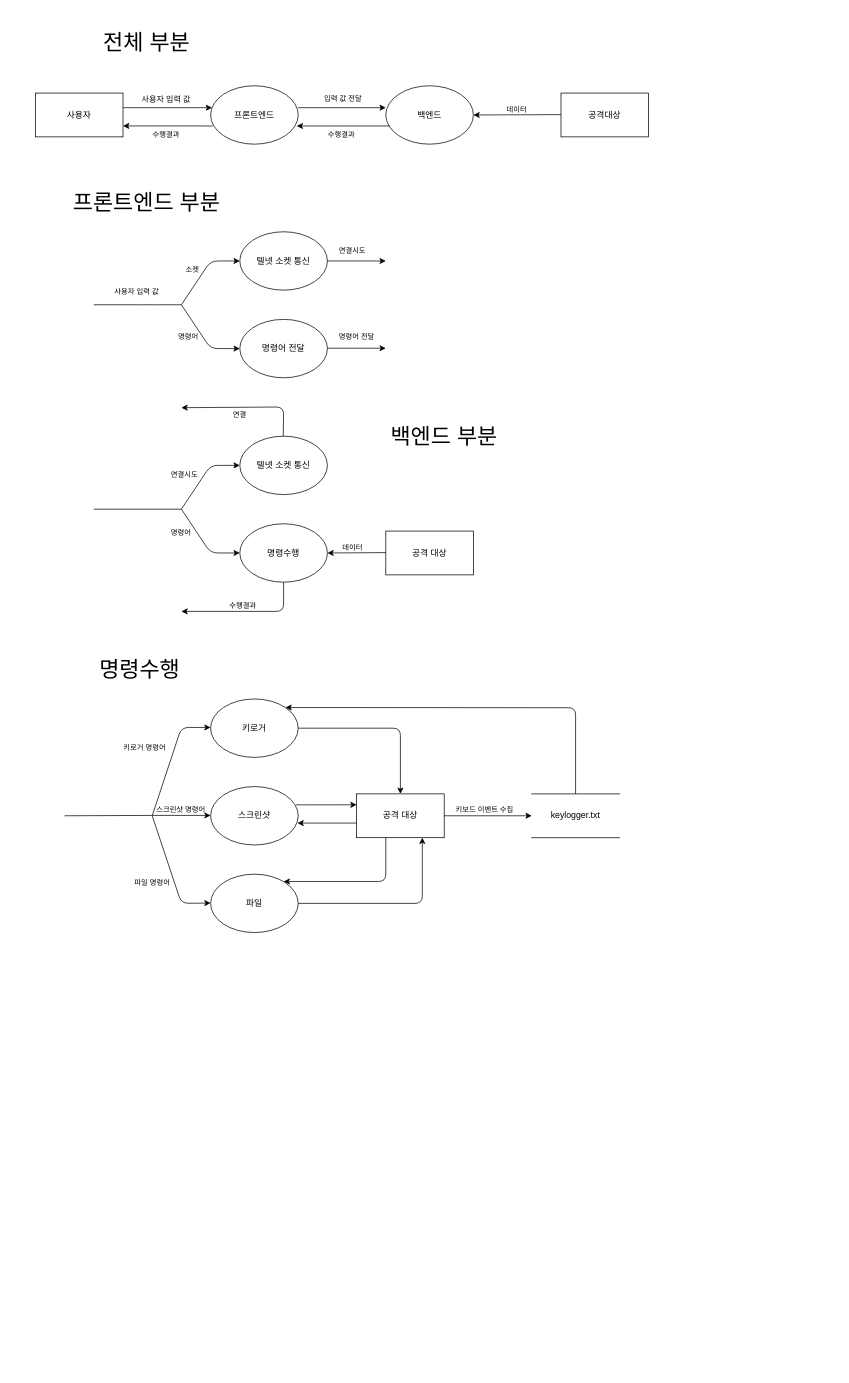
dks1013/C keeps this draw.io diagram as Untitled Diagram.drawio. Above is the earlier version. Source tidied: cells renumbered, new cells numbered last; positions are measured from the earlier drawing's top-left corner, leaving out a move shared by most shapes. Both pictures are drawn from the tidied source at 73%, with x=0, y=0 at pixel (12, 12).
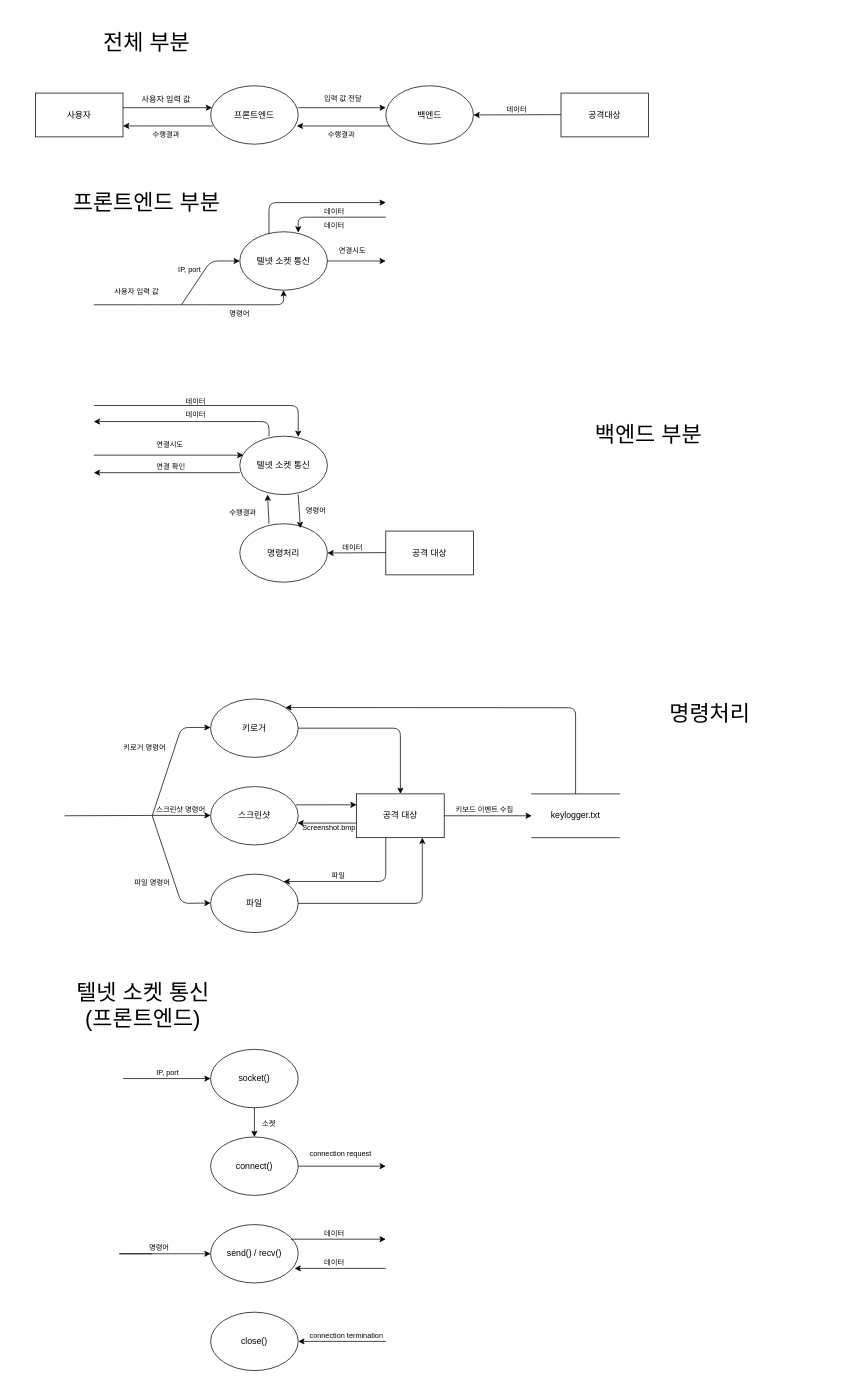
After the change.

Unchanged cells that the change refers to:
```xml
<mxCell id="16" value="&lt;font style=&quot;font-size: 12px&quot;&gt;텔넷 소켓 통신&lt;/font&gt;" style="ellipse;whiteSpace=wrap;html=1;fontSize=10;" parent="1" vertex="1">
  <mxGeometry x="311" y="300" width="120" height="80" as="geometry" />
</mxCell>
<mxCell id="31" value="&lt;span style=&quot;font-size: 12px&quot;&gt;텔넷 소켓 통신&lt;/span&gt;" style="ellipse;whiteSpace=wrap;html=1;fontSize=10;" parent="1" vertex="1">
  <mxGeometry x="311" y="580" width="120" height="80" as="geometry" />
</mxCell>
```

Change to the diagram source:
```diff
@@
-    <mxCell id="17" value="&lt;font style=&quot;font-size: 12px&quot;&gt;명령어 전달&lt;/font&gt;" style="ellipse;whiteSpace=wrap;html=1;fontSize=10;" parent="1" vertex="1">
-      <mxGeometry x="311" y="420" width="120" height="80" as="geometry" />
-    </mxCell>
@@
-    <mxCell id="19" style="endArrow=classic;html=1;fontSize=10;entryX=0;entryY=0.5;entryDx=0;entryDy=0;" parent="1" edge="1" target="17">
+    <mxCell id="19" style="endArrow=classic;html=1;fontSize=10;entryX=0.5;entryY=1;entryDx=0;entryDy=0;" parent="1" edge="1" target="16">
       <mxGeometry relative="1" as="geometry">
         <mxPoint x="231" y="400" as="sourcePoint" />
         <Array as="points">
-          <mxPoint x="271" y="460" />
+          <mxPoint x="271" y="400" />
+          <mxPoint x="371" y="400" />
         </Array>
       </mxGeometry>
     </mxCell>
@@
-    <mxCell id="22" value="소켓" style="text;strokeColor=none;fillColor=none;align=left;verticalAlign=top;spacingLeft=4;spacingRight=4;overflow=hidden;fontSize=10;" parent="1" vertex="1">
-      <mxGeometry x="231" y="340" width="60" height="26" as="geometry" />
+    <mxCell id="22" value="IP, port" style="text;strokeColor=none;fillColor=none;align=left;verticalAlign=top;spacingLeft=4;spacingRight=4;overflow=hidden;fontSize=10;" parent="1" vertex="1">
+      <mxGeometry x="221" y="340" width="60" height="26" as="geometry" />
     </mxCell>
     <mxCell id="23" value="명령어" style="text;strokeColor=none;fillColor=none;align=left;verticalAlign=top;spacingLeft=4;spacingRight=4;overflow=hidden;fontSize=10;" parent="1" vertex="1">
-      <mxGeometry x="221" y="432" width="60" height="26" as="geometry" />
+      <mxGeometry x="291" y="400" width="60" height="26" as="geometry" />
     </mxCell>
@@
-    <mxCell id="25" style="endArrow=classic;html=1;fontSize=10;" parent="1" edge="1">
-      <mxGeometry relative="1" as="geometry">
-        <mxPoint x="431" y="459.5" as="sourcePoint" />
-        <mxPoint x="511" y="459.5" as="targetPoint" />
-      </mxGeometry>
-    </mxCell>
@@
-    <mxCell id="27" value="명령어 전달" style="text;strokeColor=none;fillColor=none;align=left;verticalAlign=top;spacingLeft=4;spacingRight=4;overflow=hidden;fontSize=10;" parent="1" vertex="1">
-      <mxGeometry x="441" y="432" width="70" height="26" as="geometry" />
-    </mxCell>
@@
     <mxCell id="30" value="&lt;span style=&quot;font-size: 30px&quot;&gt;백엔드 부분&lt;/span&gt;" style="text;html=1;strokeColor=none;fillColor=none;align=center;verticalAlign=middle;whiteSpace=wrap;rounded=0;fontSize=10;" parent="1" vertex="1">
-      <mxGeometry x="471" y="540" width="240" height="80" as="geometry" />
+      <mxGeometry x="751" y="538" width="240" height="80" as="geometry" />
     </mxCell>
@@
-    <mxCell id="32" value="&lt;font style=&quot;font-size: 12px&quot;&gt;명령수행&lt;/font&gt;" style="ellipse;whiteSpace=wrap;html=1;fontSize=10;" parent="1" vertex="1">
+    <mxCell id="32" value="&lt;font style=&quot;font-size: 12px&quot;&gt;명령처리&lt;/font&gt;" style="ellipse;whiteSpace=wrap;html=1;fontSize=10;" parent="1" vertex="1">
       <mxGeometry x="311" y="700" width="120" height="80" as="geometry" />
     </mxCell>
-    <mxCell id="33" style="endArrow=classic;html=1;fontSize=10;" parent="1" edge="1">
-      <mxGeometry relative="1" as="geometry">
-        <mxPoint x="231" y="680" as="sourcePoint" />
-        <mxPoint x="311" y="620" as="targetPoint" />
-        <Array as="points">
-          <mxPoint x="271" y="620" />
-        </Array>
-      </mxGeometry>
-    </mxCell>
-    <mxCell id="34" style="endArrow=classic;html=1;fontSize=10;" parent="1" edge="1">
-      <mxGeometry relative="1" as="geometry">
-        <mxPoint x="231" y="680" as="sourcePoint" />
-        <mxPoint x="311" y="740" as="targetPoint" />
-        <Array as="points">
-          <mxPoint x="271" y="740" />
-        </Array>
-      </mxGeometry>
-    </mxCell>
-    <mxCell id="35" style="endArrow=none;html=1;fontSize=10;" parent="1" edge="1">
-      <mxGeometry relative="1" as="geometry">
-        <mxPoint x="111" y="680" as="sourcePoint" />
-        <mxPoint x="231" y="680" as="targetPoint" />
-      </mxGeometry>
-    </mxCell>
     <mxCell id="36" value="연결시도" style="text;strokeColor=none;fillColor=none;align=left;verticalAlign=top;spacingLeft=4;spacingRight=4;overflow=hidden;fontSize=10;" parent="1" vertex="1">
-      <mxGeometry x="211" y="620" width="60" height="26" as="geometry" />
+      <mxGeometry x="191" y="580" width="60" height="26" as="geometry" />
     </mxCell>
     <mxCell id="37" value="명령어" style="text;strokeColor=none;fillColor=none;align=left;verticalAlign=top;spacingLeft=4;spacingRight=4;overflow=hidden;fontSize=10;" parent="1" vertex="1">
-      <mxGeometry x="211" y="700" width="60" height="26" as="geometry" />
+      <mxGeometry x="396" y="670" width="60" height="30" as="geometry" />
     </mxCell>
-    <mxCell id="38" style="endArrow=classic;html=1;fontSize=10;" parent="1" edge="1">
-      <mxGeometry relative="1" as="geometry">
-        <mxPoint x="370.5" y="580" as="sourcePoint" />
-        <mxPoint x="231" y="541" as="targetPoint" />
-        <Array as="points">
-          <mxPoint x="371" y="540" />
-        </Array>
-      </mxGeometry>
-    </mxCell>
-    <mxCell id="39" style="endArrow=classic;html=1;fontSize=10;" parent="1" edge="1">
-      <mxGeometry relative="1" as="geometry">
-        <mxPoint x="371" y="780" as="sourcePoint" />
-        <mxPoint x="231" y="820" as="targetPoint" />
-        <Array as="points">
-          <mxPoint x="371" y="820" />
-        </Array>
-      </mxGeometry>
-    </mxCell>
-    <mxCell id="40" value="연결" style="text;strokeColor=none;fillColor=none;align=left;verticalAlign=top;spacingLeft=4;spacingRight=4;overflow=hidden;fontSize=10;" parent="1" vertex="1">
-      <mxGeometry x="296" y="538" width="60" height="26" as="geometry" />
+    <mxCell id="40" value="연결 확인" style="text;strokeColor=none;fillColor=none;align=left;verticalAlign=top;spacingLeft=4;spacingRight=4;overflow=hidden;fontSize=10;" parent="1" vertex="1">
+      <mxGeometry x="191" y="610" width="60" height="26" as="geometry" />
     </mxCell>
     <mxCell id="41" value="수행결과" style="text;strokeColor=none;fillColor=none;align=left;verticalAlign=top;spacingLeft=4;spacingRight=4;overflow=hidden;fontSize=10;" parent="1" vertex="1">
-      <mxGeometry x="291" y="800" width="60" height="26" as="geometry" />
+      <mxGeometry x="291" y="672" width="60" height="26" as="geometry" />
     </mxCell>
@@
-    <mxCell id="45" value="&lt;span style=&quot;font-size: 30px&quot;&gt;명령수행&lt;/span&gt;" style="text;html=1;strokeColor=none;fillColor=none;align=center;verticalAlign=middle;whiteSpace=wrap;rounded=0;fontSize=10;" parent="1" vertex="1">
-      <mxGeometry x="-0.2" y="850" width="347.5" height="100" as="geometry" />
+    <mxCell id="45" value="&lt;span style=&quot;font-size: 30px&quot;&gt;명령처리&lt;/span&gt;" style="text;html=1;strokeColor=none;fillColor=none;align=center;verticalAlign=middle;whiteSpace=wrap;rounded=0;fontSize=10;" parent="1" vertex="1">
+      <mxGeometry x="781" y="910" width="347.5" height="100" as="geometry" />
     </mxCell>
@@
+    <mxCell id="66" value="Screenshot.bmp" style="text;strokeColor=none;fillColor=none;align=left;verticalAlign=top;spacingLeft=4;spacingRight=4;overflow=hidden;fontSize=10;" parent="1" vertex="1">
+      <mxGeometry x="391" y="1104" width="90" height="26" as="geometry" />
+    </mxCell>
+    <mxCell id="67" value="파일" style="text;strokeColor=none;fillColor=none;align=left;verticalAlign=top;spacingLeft=4;spacingRight=4;overflow=hidden;fontSize=10;" parent="1" vertex="1">
+      <mxGeometry x="431" y="1170" width="60" height="26" as="geometry" />
+    </mxCell>
+    <mxCell id="68" value="&lt;font style=&quot;font-size: 30px&quot;&gt;텔넷 소켓 통신&lt;br&gt;(프론트엔드)&lt;br&gt;&lt;/font&gt;" style="text;html=1;strokeColor=none;fillColor=none;align=center;verticalAlign=middle;whiteSpace=wrap;rounded=0;fontSize=10;" parent="1" vertex="1">
+      <mxGeometry x="31" y="1300" width="295" height="120" as="geometry" />
+    </mxCell>
+    <mxCell id="69" value="&lt;font style=&quot;font-size: 12px&quot;&gt;socket()&lt;/font&gt;" style="ellipse;whiteSpace=wrap;html=1;fontSize=10;strokeColor=#000000;" parent="1" vertex="1">
+      <mxGeometry x="271" y="1420" width="120" height="80" as="geometry" />
+    </mxCell>
+    <mxCell id="70" value="&lt;font style=&quot;font-size: 12px&quot;&gt;connect()&lt;/font&gt;" style="ellipse;whiteSpace=wrap;html=1;fontSize=10;strokeColor=#000000;" parent="1" vertex="1">
+      <mxGeometry x="271" y="1540" width="120" height="80" as="geometry" />
+    </mxCell>
+    <mxCell id="71" value="&lt;font style=&quot;font-size: 12px&quot;&gt;send() / recv()&lt;/font&gt;" style="ellipse;whiteSpace=wrap;html=1;fontSize=10;strokeColor=#000000;" parent="1" vertex="1">
+      <mxGeometry x="271" y="1660" width="120" height="80" as="geometry" />
+    </mxCell>
+    <mxCell id="72" value="&lt;font style=&quot;font-size: 12px&quot;&gt;close()&lt;/font&gt;" style="ellipse;whiteSpace=wrap;html=1;fontSize=10;strokeColor=#000000;" parent="1" vertex="1">
+      <mxGeometry x="271" y="1780" width="120" height="80" as="geometry" />
+    </mxCell>
+    <mxCell id="73" style="endArrow=classic;html=1;fontSize=10;" parent="1" edge="1">
+      <mxGeometry relative="1" as="geometry">
+        <mxPoint x="151" y="1460" as="sourcePoint" />
+        <mxPoint x="271" y="1460" as="targetPoint" />
+      </mxGeometry>
+    </mxCell>
+    <mxCell id="74" value="IP, port" style="text;strokeColor=none;fillColor=none;align=left;verticalAlign=top;spacingLeft=4;spacingRight=4;overflow=hidden;fontSize=10;" parent="1" vertex="1">
+      <mxGeometry x="191" y="1440" width="60" height="26" as="geometry" />
+    </mxCell>
+    <mxCell id="75" style="endArrow=classic;html=1;fontSize=10;entryX=0.5;entryY=0;entryDx=0;entryDy=0;" parent="1" edge="1" target="70">
+      <mxGeometry relative="1" as="geometry">
+        <mxPoint x="331" y="1500" as="sourcePoint" />
+      </mxGeometry>
+    </mxCell>
+    <mxCell id="76" value="소켓" style="text;strokeColor=none;fillColor=none;align=left;verticalAlign=top;spacingLeft=4;spacingRight=4;overflow=hidden;fontSize=10;" parent="1" vertex="1">
+      <mxGeometry x="336" y="1510" width="60" height="26" as="geometry" />
+    </mxCell>
+    <mxCell id="77" style="endArrow=classic;html=1;fontSize=10;" parent="1" edge="1">
+      <mxGeometry relative="1" as="geometry">
+        <mxPoint x="391" y="1580" as="sourcePoint" />
+        <mxPoint x="511" y="1580" as="targetPoint" />
+      </mxGeometry>
+    </mxCell>
+    <mxCell id="78" value="connection request" style="text;strokeColor=none;fillColor=none;align=left;verticalAlign=top;spacingLeft=4;spacingRight=4;overflow=hidden;fontSize=10;" parent="1" vertex="1">
+      <mxGeometry x="401" y="1550" width="105" height="26" as="geometry" />
+    </mxCell>
+    <mxCell id="79" style="endArrow=classic;html=1;fontSize=10;" parent="1" edge="1">
+      <mxGeometry relative="1" as="geometry">
+        <mxPoint x="381" y="1680" as="sourcePoint" />
+        <mxPoint x="511" y="1680" as="targetPoint" />
+      </mxGeometry>
+    </mxCell>
+    <mxCell id="80" style="endArrow=classic;html=1;fontSize=10;" parent="1" edge="1">
+      <mxGeometry relative="1" as="geometry">
+        <mxPoint x="511" y="1720" as="sourcePoint" />
+        <mxPoint x="386" y="1720" as="targetPoint" />
+      </mxGeometry>
+    </mxCell>
+    <mxCell id="81" value="데이터" style="text;strokeColor=none;fillColor=none;align=left;verticalAlign=top;spacingLeft=4;spacingRight=4;overflow=hidden;fontSize=10;" parent="1" vertex="1">
+      <mxGeometry x="421" y="1660" width="60" height="26" as="geometry" />
+    </mxCell>
+    <mxCell id="82" value="데이터" style="text;strokeColor=none;fillColor=none;align=left;verticalAlign=top;spacingLeft=4;spacingRight=4;overflow=hidden;fontSize=10;" parent="1" vertex="1">
+      <mxGeometry x="421" y="1700" width="60" height="26" as="geometry" />
+    </mxCell>
+    <mxCell id="83" style="endArrow=classic;html=1;fontSize=10;entryX=1;entryY=0.5;entryDx=0;entryDy=0;" parent="1" edge="1" target="72">
+      <mxGeometry relative="1" as="geometry">
+        <mxPoint x="511" y="1820" as="sourcePoint" />
+      </mxGeometry>
+    </mxCell>
+    <mxCell id="84" value="connection termination" style="text;strokeColor=none;fillColor=none;align=left;verticalAlign=top;spacingLeft=4;spacingRight=4;overflow=hidden;fontSize=10;" parent="1" vertex="1">
+      <mxGeometry x="401" y="1800" width="110" height="26" as="geometry" />
+    </mxCell>
+    <mxCell id="85" style="endArrow=classic;html=1;fontSize=10;" parent="1" edge="1">
+      <mxGeometry relative="1" as="geometry">
+        <mxPoint x="191" y="1700" as="sourcePoint" />
+        <mxPoint x="271" y="1700" as="targetPoint" />
+        <Array as="points">
+          <mxPoint x="141" y="1700" />
+          <mxPoint x="191" y="1700" />
+        </Array>
+      </mxGeometry>
+    </mxCell>
+    <mxCell id="86" value="명령어" style="text;strokeColor=none;fillColor=none;align=left;verticalAlign=top;spacingLeft=4;spacingRight=4;overflow=hidden;fontSize=10;" parent="1" vertex="1">
+      <mxGeometry x="181" y="1680" width="60" height="26" as="geometry" />
+    </mxCell>
+    <mxCell id="87" style="endArrow=classic;html=1;fontSize=10;exitX=0.333;exitY=0.038;exitDx=0;exitDy=0;exitPerimeter=0;" parent="1" edge="1" source="16">
+      <mxGeometry relative="1" as="geometry">
+        <mxPoint x="511" y="260" as="targetPoint" />
+        <Array as="points">
+          <mxPoint x="351" y="260" />
+        </Array>
+      </mxGeometry>
+    </mxCell>
+    <mxCell id="88" value="데이터" style="text;strokeColor=none;fillColor=none;align=left;verticalAlign=top;spacingLeft=4;spacingRight=4;overflow=hidden;fontSize=10;" parent="1" vertex="1">
+      <mxGeometry x="421" y="260" width="60" height="26" as="geometry" />
+    </mxCell>
+    <mxCell id="89" style="endArrow=classic;html=1;fontSize=10;entryX=0.667;entryY=0.013;entryDx=0;entryDy=0;entryPerimeter=0;" parent="1" edge="1" target="31">
+      <mxGeometry relative="1" as="geometry">
+        <mxPoint x="111" y="538" as="sourcePoint" />
+        <Array as="points">
+          <mxPoint x="391" y="538" />
+        </Array>
+      </mxGeometry>
+    </mxCell>
+    <mxCell id="90" value="데이터" style="text;strokeColor=none;fillColor=none;align=left;verticalAlign=top;spacingLeft=4;spacingRight=4;overflow=hidden;fontSize=10;" parent="1" vertex="1">
+      <mxGeometry x="231" y="520" width="60" height="26" as="geometry" />
+    </mxCell>
+    <mxCell id="91" style="endArrow=classic;html=1;fontSize=10;" parent="1" edge="1">
+      <mxGeometry relative="1" as="geometry">
+        <mxPoint x="111" y="606" as="sourcePoint" />
+        <mxPoint x="316" y="606" as="targetPoint" />
+      </mxGeometry>
+    </mxCell>
+    <mxCell id="92" style="endArrow=classic;html=1;fontSize=10;" parent="1" edge="1">
+      <mxGeometry relative="1" as="geometry">
+        <mxPoint x="391" y="660" as="sourcePoint" />
+        <mxPoint x="394" y="706" as="targetPoint" />
+      </mxGeometry>
+    </mxCell>
+    <mxCell id="93" style="endArrow=classic;html=1;fontSize=10;" parent="1" edge="1">
+      <mxGeometry relative="1" as="geometry">
+        <mxPoint x="351" y="700" as="sourcePoint" />
+        <mxPoint x="349" y="660" as="targetPoint" />
+      </mxGeometry>
+    </mxCell>
+    <mxCell id="94" style="endArrow=classic;html=1;fontSize=10;" parent="1" edge="1">
+      <mxGeometry relative="1" as="geometry">
+        <mxPoint x="351" y="580" as="sourcePoint" />
+        <mxPoint x="111" y="560" as="targetPoint" />
+        <Array as="points">
+          <mxPoint x="351" y="560" />
+        </Array>
+      </mxGeometry>
+    </mxCell>
+    <mxCell id="95" value="데이터" style="text;strokeColor=none;fillColor=none;align=left;verticalAlign=top;spacingLeft=4;spacingRight=4;overflow=hidden;fontSize=10;" parent="1" vertex="1">
+      <mxGeometry x="231" y="538" width="60" height="26" as="geometry" />
+    </mxCell>
+    <mxCell id="96" style="endArrow=classic;html=1;fontSize=10;" parent="1" edge="1">
+      <mxGeometry relative="1" as="geometry">
+        <mxPoint x="511" y="280" as="sourcePoint" />
+        <mxPoint x="391" y="301" as="targetPoint" />
+        <Array as="points">
+          <mxPoint x="391" y="280" />
+        </Array>
+      </mxGeometry>
+    </mxCell>
+    <mxCell id="97" value="데이터" style="text;strokeColor=none;fillColor=none;align=left;verticalAlign=top;spacingLeft=4;spacingRight=4;overflow=hidden;fontSize=10;" parent="1" vertex="1">
+      <mxGeometry x="421" y="280" width="60" height="26" as="geometry" />
+    </mxCell>
+    <mxCell id="98" style="endArrow=classic;html=1;fontSize=10;" parent="1" edge="1">
+      <mxGeometry relative="1" as="geometry">
+        <mxPoint x="311" y="630" as="sourcePoint" />
+        <mxPoint x="111" y="630" as="targetPoint" />
+      </mxGeometry>
+    </mxCell>
```
